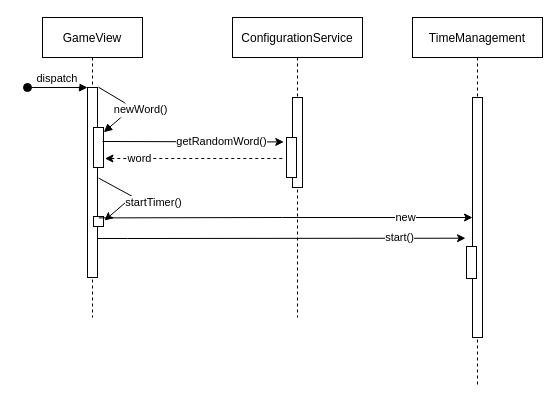
The draw.io diagram SequenceDiagram.drawio in davidemarcoli/taboo-vaadin, before the edit. Source tidied: cells renumbered, new cells numbered last; positions are measured from the earlier drawing's top-left corner, leaving out a move shared by most shapes. Both pictures are drawn from the tidied source at 100%, with x=0, y=0 at pixel (27, 17).
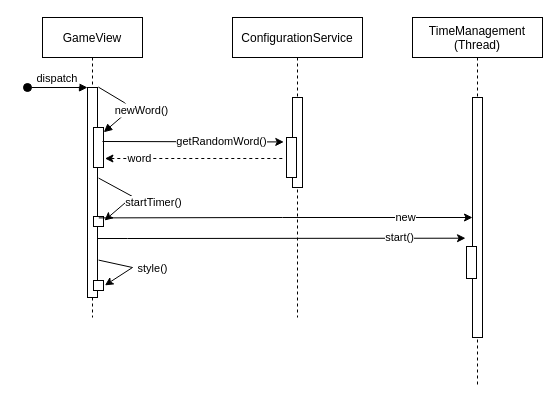
The same diagram, later.

Unchanged cells that the change refers to:
```xml
<mxCell id="2" value="GameView" style="shape=umlLifeline;perimeter=lifelinePerimeter;rounded=0;shadow=0;strokeWidth=1;" parent="1" vertex="1">
  <mxGeometry x="15" width="100" height="300" as="geometry" />
</mxCell>
```

Change to the diagram source:
```diff
@@
     <mxCell id="3" style="points=[];perimeter=orthogonalPerimeter;rounded=0;shadow=0;strokeWidth=1;" parent="2" vertex="1">
-      <mxGeometry x="45" y="70" width="10" height="190" as="geometry" />
+      <mxGeometry x="45" y="70" width="10" height="210" as="geometry" />
     </mxCell>
@@
-    <mxCell id="13" value="TimeManagement" style="shape=umlLifeline;perimeter=lifelinePerimeter;rounded=0;shadow=0;strokeWidth=1;" parent="1" vertex="1">
+    <mxCell id="13" value="TimeManagement&#10;(Thread)" style="shape=umlLifeline;perimeter=lifelinePerimeter;rounded=0;shadow=0;strokeWidth=1;" parent="1" vertex="1">
       <mxGeometry x="385" width="130" height="370" as="geometry" />
     </mxCell>
@@
+    <mxCell id="24" style="points=[];perimeter=orthogonalPerimeter;rounded=0;shadow=0;strokeWidth=1;" parent="1" vertex="1">
+      <mxGeometry x="66" y="263" width="10" height="10" as="geometry" />
+    </mxCell>
+    <mxCell id="25" style="endArrow=classic;html=1;rounded=0;exitX=1.114;exitY=0.377;exitDx=0;exitDy=0;exitPerimeter=0;entryX=1.143;entryY=0.486;entryDx=0;entryDy=0;entryPerimeter=0;" parent="1" edge="1" target="24">
+      <mxGeometry relative="1" as="geometry">
+        <mxPoint x="71.1" y="242.6" as="sourcePoint" />
+        <Array as="points">
+          <mxPoint x="105" y="250" />
+        </Array>
+      </mxGeometry>
+    </mxCell>
+    <mxCell id="26" value="style()" style="edgeLabel;html=1;align=center;verticalAlign=middle;" parent="25" vertex="1">
+      <mxGeometry x="-0.34" y="1" relative="1" as="geometry">
+        <mxPoint x="32" y="4" as="offset" />
+      </mxGeometry>
+    </mxCell>
```
